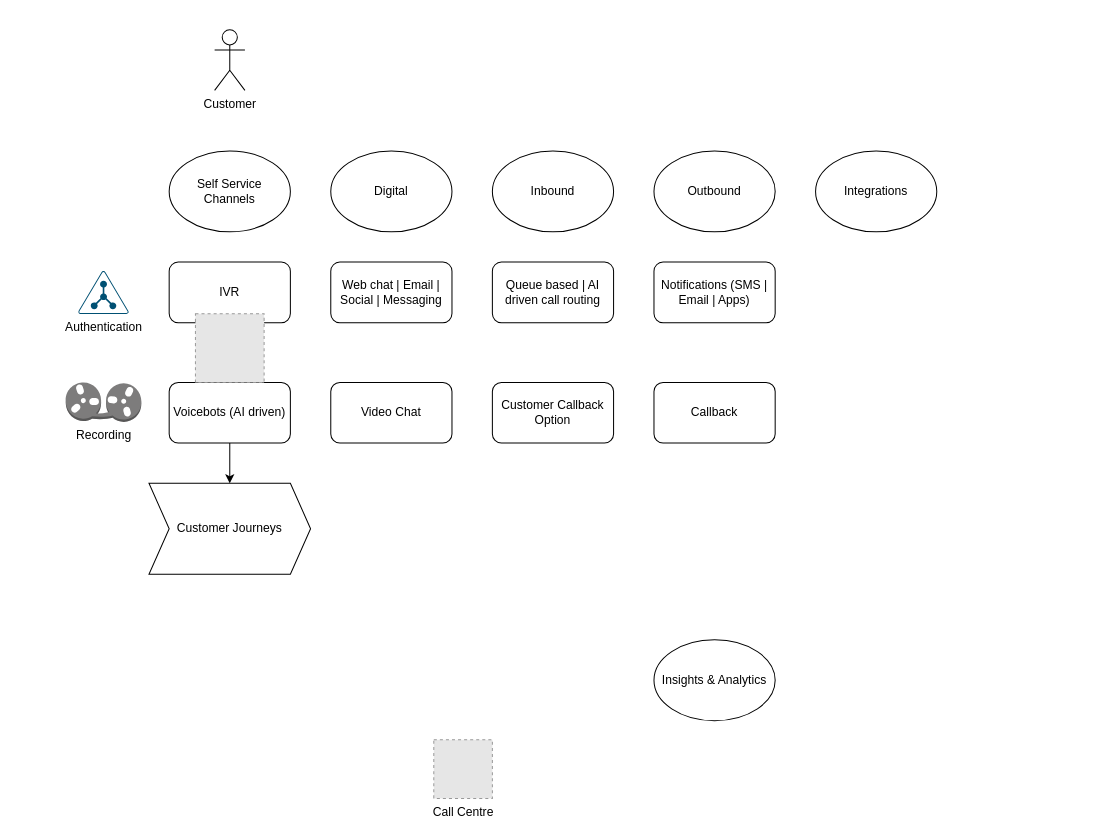
Before: Untitled Diagram.drawio in mayankmotani89/Demo, a draw.io diagram. Source tidied: cells renumbered, new cells numbered last; positions are measured from the earlier drawing's top-left corner, leaving out a move shared by most shapes. Both pictures are drawn from the tidied source at 101%, with x=0, y=0 at pixel (66, 29). Pictures stored in the file or linked from it are replaced by grey dashed boxes.
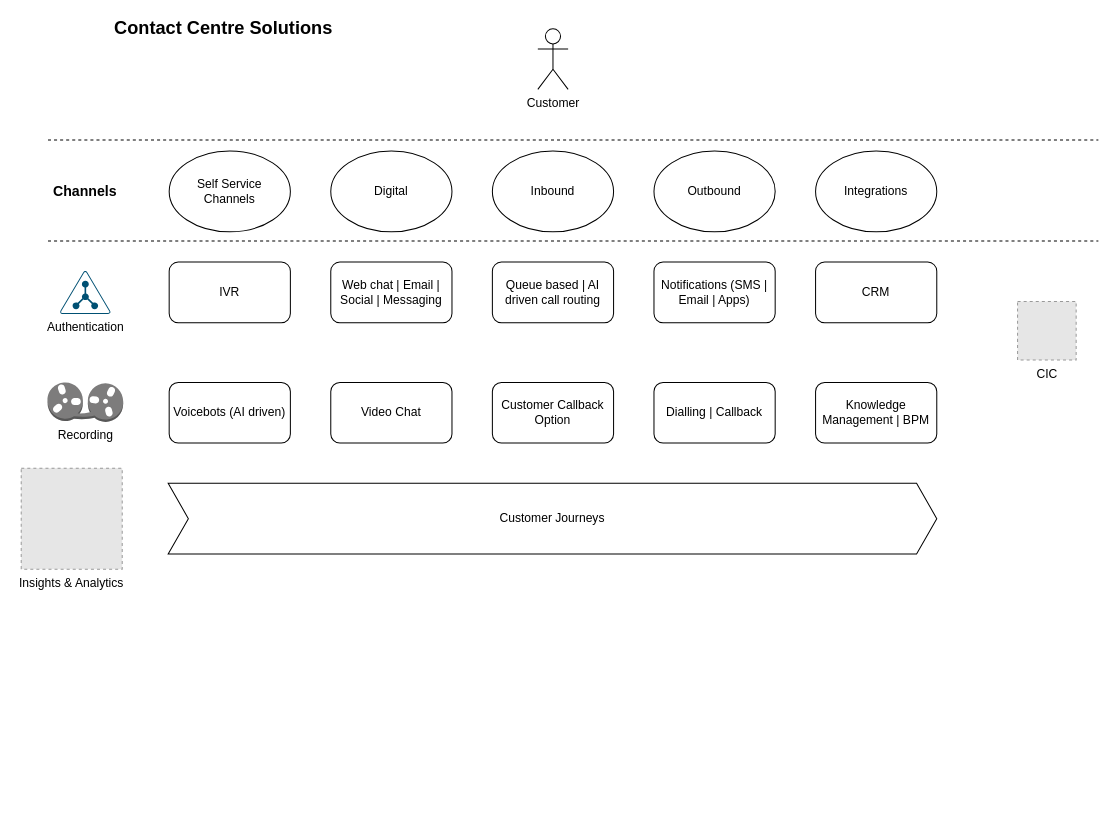
The same diagram, later.

The change refers to these unchanged cells:
```xml
<mxCell id="12" value="Voicebots (AI driven)" style="rounded=1;whiteSpace=wrap;html=1;" parent="1" vertex="1">
  <mxGeometry x="102" y="349.2" width="120" height="60" as="geometry" />
</mxCell>
```

The edit, as a diff of the source:
```diff
@@
     <mxCell id="2" value="Customer" style="shape=umlActor;verticalLabelPosition=bottom;verticalAlign=top;html=1;" parent="1" vertex="1">
-      <mxGeometry x="147" width="30" height="60" as="geometry" />
+      <mxGeometry x="467" y="-1" width="30" height="60" as="geometry" />
     </mxCell>
-    <mxCell id="3" value="Call Centre" style="fillColor=#E6E6E6;strokeColor=#999999;dashed=1;html=1;verticalAlign=top;verticalLabelPosition=bottom;labelBackgroundColor=#ffffff;" parent="1" vertex="1">
-      <mxGeometry x="364" y="703" width="58" height="58" as="geometry" />
+    <mxCell id="3" value="CIC" style="fillColor=#E6E6E6;strokeColor=#999999;dashed=1;html=1;verticalAlign=top;verticalLabelPosition=bottom;labelBackgroundColor=#ffffff;" parent="1" vertex="1">
+      <mxGeometry x="942" y="269" width="58" height="58" as="geometry" />
     </mxCell>
@@
-    <mxCell id="9" value="Insights &amp;amp; Analytics" style="ellipse;whiteSpace=wrap;html=1;" parent="1" vertex="1">
-      <mxGeometry x="582" y="604" width="120" height="80" as="geometry" />
-    </mxCell>
@@
-    <mxCell id="11" style="edgeStyle=orthogonalEdgeStyle;rounded=0;jettySize=auto;html=1;" parent="1" edge="1" source="12" target="15">
-      <mxGeometry relative="1" as="geometry" />
-    </mxCell>
@@
     <mxCell id="13" value="Authentication" style="verticalLabelPosition=bottom;html=1;verticalAlign=top;align=center;shape=mxgraph.cisco19.ldap;fillColor=#005073;strokeColor=none;" parent="1" vertex="1">
-      <mxGeometry x="12" y="238.8" width="50" height="42.5" as="geometry" />
+      <mxGeometry x="-6" y="238.8" width="50" height="42.5" as="geometry" />
     </mxCell>
-    <mxCell id="14" style="fillColor=#E6E6E6;strokeColor=#999999;dashed=1;html=1;verticalAlign=top;verticalLabelPosition=bottom;labelBackgroundColor=#ffffff;" parent="1" vertex="1">
-      <mxGeometry x="128" y="281.2" width="68" height="68" as="geometry" />
-    </mxCell>
     <mxCell id="15" value="Customer Journeys" style="shape=step;perimeter=stepPerimeter;whiteSpace=wrap;html=1;fixedSize=1;" parent="1" vertex="1">
-      <mxGeometry x="82" y="449" width="160" height="90" as="geometry" />
+      <mxGeometry x="101" y="449" width="761" height="70" as="geometry" />
     </mxCell>
@@
-    <mxCell id="21" value="Callback" style="rounded=1;whiteSpace=wrap;html=1;" parent="1" vertex="1">
+    <mxCell id="21" value="Dialling | Callback" style="rounded=1;whiteSpace=wrap;html=1;" parent="1" vertex="1">
       <mxGeometry x="582" y="349.2" width="120" height="60" as="geometry" />
     </mxCell>
     <mxCell id="22" value="Recording" style="dashed=0;verticalLabelPosition=bottom;verticalAlign=top;align=center;html=1;shape=mxgraph.aws3.tape_storage;fillColor=#7D7C7C;gradientColor=none;" parent="1" vertex="1">
-      <mxGeometry x="-0.5" y="349.2" width="75" height="39" as="geometry" />
+      <mxGeometry x="-18.5" y="349.2" width="75" height="39" as="geometry" />
     </mxCell>
+    <mxCell id="23" value="CRM" style="rounded=1;whiteSpace=wrap;html=1;" parent="1" vertex="1">
+      <mxGeometry x="742" y="230" width="120" height="60" as="geometry" />
+    </mxCell>
+    <mxCell id="24" value="Knowledge Management | BPM" style="rounded=1;whiteSpace=wrap;html=1;" parent="1" vertex="1">
+      <mxGeometry x="742" y="349.2" width="120" height="60" as="geometry" />
+    </mxCell>
+    <mxCell id="9" value="Insights &amp; Analytics" style="fillColor=#E6E6E6;strokeColor=#999999;dashed=1;verticalLabelPosition=bottom;labelBackgroundColor=#ffffff;verticalAlign=top;" parent="1" vertex="1">
+      <mxGeometry x="-44.5" y="434" width="100" height="100" as="geometry" />
+    </mxCell>
+    <mxCell id="25" style="endArrow=none;dashed=1;html=1;" parent="1" edge="1">
+      <mxGeometry relative="1" as="geometry">
+        <mxPoint x="-18" y="109" as="sourcePoint" />
+        <mxPoint x="1022" y="109" as="targetPoint" />
+      </mxGeometry>
+    </mxCell>
+    <mxCell id="26" style="endArrow=none;dashed=1;html=1;" parent="1" edge="1">
+      <mxGeometry relative="1" as="geometry">
+        <mxPoint x="-18" y="209" as="sourcePoint" />
+        <mxPoint x="1022" y="209" as="targetPoint" />
+      </mxGeometry>
+    </mxCell>
+    <mxCell id="27" value="&lt;b&gt;&lt;font style=&quot;font-size: 14px&quot;&gt;Channels&lt;/font&gt;&lt;/b&gt;" style="text;html=1;strokeColor=none;fillColor=none;align=center;verticalAlign=middle;whiteSpace=wrap;rounded=0;" parent="1" vertex="1">
+      <mxGeometry x="-26" y="115.5" width="90" height="89" as="geometry" />
+    </mxCell>
+    <mxCell id="28" value="&lt;font size=&quot;1&quot;&gt;&lt;b style=&quot;font-size: 18px&quot;&gt;Contact Centre Solutions&lt;/b&gt;&lt;/font&gt;" style="text;html=1;strokeColor=none;fillColor=none;align=center;verticalAlign=middle;whiteSpace=wrap;rounded=0;" parent="1" vertex="1">
+      <mxGeometry x="-8" y="-11" width="328" height="20" as="geometry" />
+    </mxCell>
```
